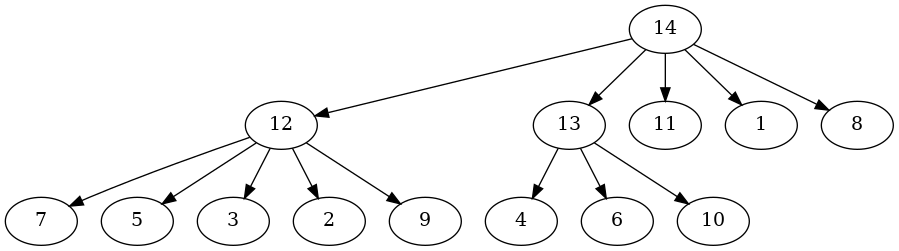
Before: graph.png, a diagram exported from Graphviz (1mchlkrpch/RuhovichAlgos). Its source is kept beside it as graph.dot. Its diagram source:
```dot
digraph G {
	14 -> 12
	14 -> 13
	14 -> 11
	14 -> 1
	14 -> 8
	12 -> 7
	12 -> 5
	12 -> 3
	12 -> 2
	12 -> 9
	13 -> 4
	13 -> 6
	13 -> 10
}
```
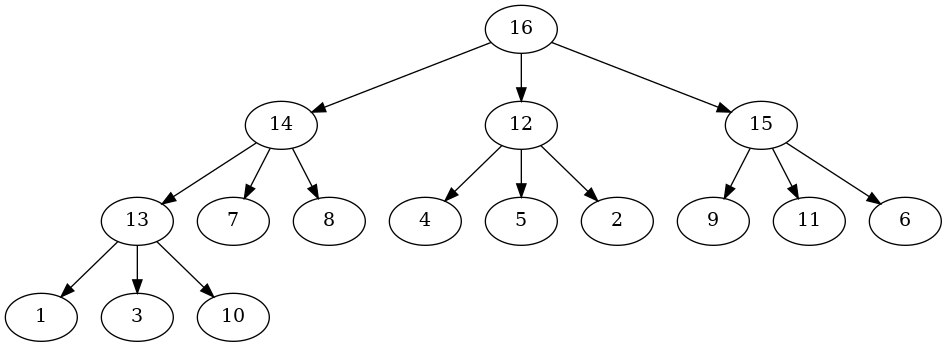
The same file after the commit.

Change to the diagram source:
```diff
@@ -1,15 +1,17 @@
 digraph G {
-	14 -> 12
+	16 -> 14
+	16 -> 12
+	16 -> 15
 	14 -> 13
-	14 -> 11
-	14 -> 1
+	14 -> 7
 	14 -> 8
-	12 -> 7
+	12 -> 4
 	12 -> 5
-	12 -> 3
 	12 -> 2
-	12 -> 9
-	13 -> 4
-	13 -> 6
+	15 -> 9
+	15 -> 11
+	15 -> 6
+	13 -> 1
+	13 -> 3
 	13 -> 10
 }
```
